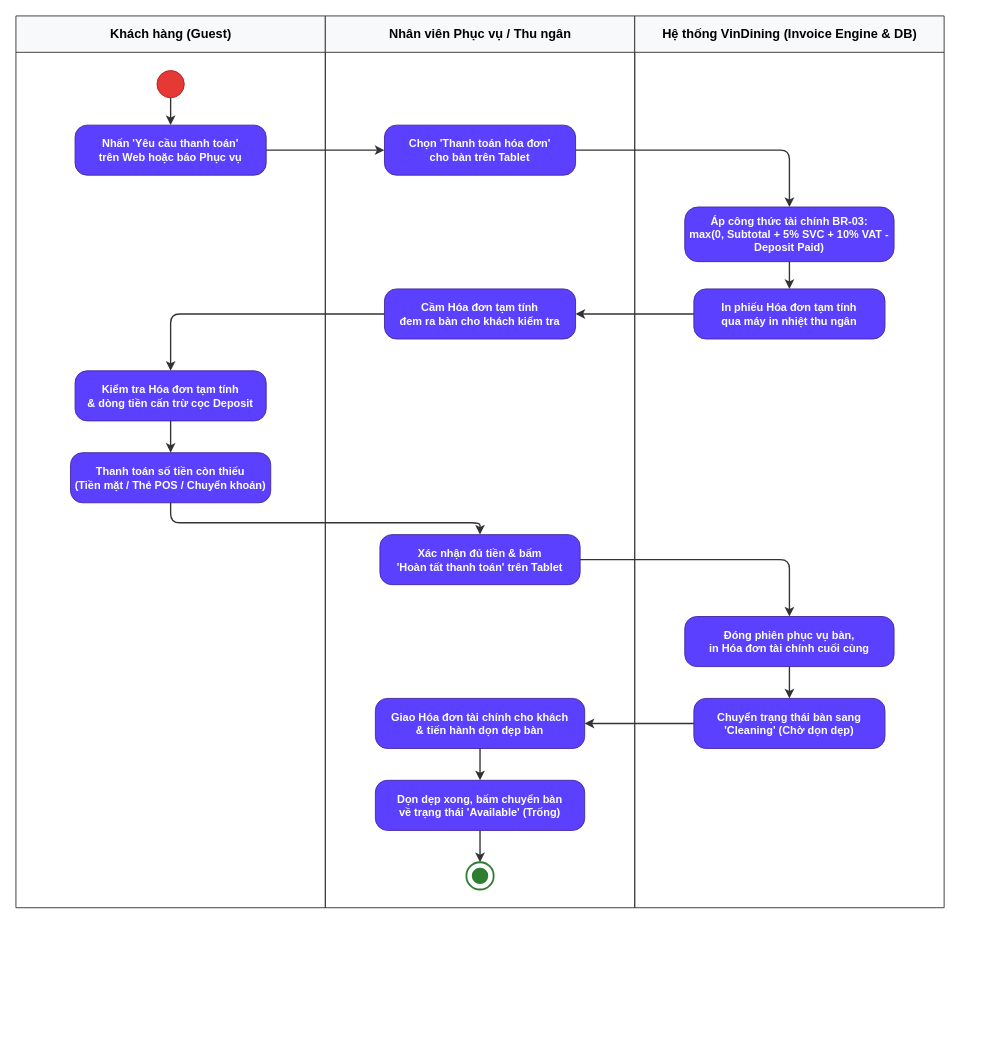
Before: docs/phase1/drawio/ad04_invoice_settlement.drawio in AndrewQng/VinDining, a draw.io diagram. Source tidied: cells renumbered, new cells numbered last; positions are measured from the earlier drawing's top-left corner, leaving out a move shared by most shapes. Both pictures are drawn from the tidied source at 91%, with x=0, y=0 at pixel (15, 15).
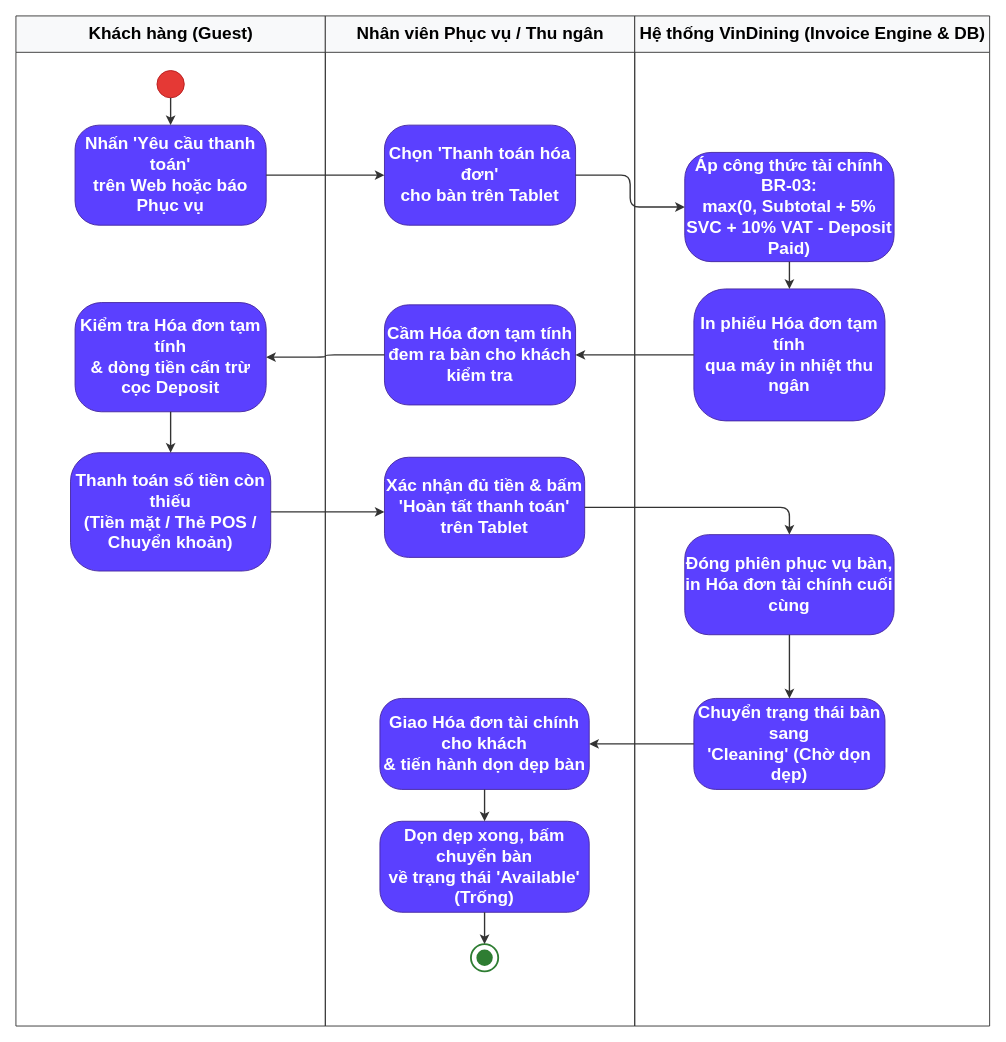
Above is the later version.

Change to the diagram source:
```diff
@@
-    <mxCell id="2" value="Khách hàng (Guest)" style="swimlane;html=1;startSize=40;horizontal=1;fontStyle=1;fontSize=14;align=center;verticalAlign=middle;fillColor=#f8f9fa;strokeColor=#333333;swimlaneLine=1;" parent="1" vertex="1">
-      <mxGeometry width="340" height="980" as="geometry" />
+    <mxCell id="2" value="Khách hàng (Guest)" style="swimlane;html=1;startSize=40;horizontal=1;fontStyle=1;fontSize=19;align=center;verticalAlign=middle;fillColor=#f8f9fa;strokeColor=#333333;swimlaneLine=1;" parent="1" vertex="1">
+      <mxGeometry width="340" height="1110" as="geometry" />
     </mxCell>
-    <mxCell id="3" value="Nhân viên Phục vụ / Thu ngân" style="swimlane;html=1;startSize=40;horizontal=1;fontStyle=1;fontSize=14;align=center;verticalAlign=middle;fillColor=#f8f9fa;strokeColor=#333333;swimlaneLine=1;" parent="1" vertex="1">
-      <mxGeometry x="340" width="340" height="980" as="geometry" />
-    </mxCell>
-    <mxCell id="4" value="Hệ thống VinDining (Invoice Engine &amp; DB)" style="swimlane;html=1;startSize=40;horizontal=1;fontStyle=1;fontSize=14;align=center;verticalAlign=middle;fillColor=#f8f9fa;strokeColor=#333333;swimlaneLine=1;" parent="1" vertex="1">
-      <mxGeometry x="680" width="340" height="980" as="geometry" />
-    </mxCell>
-    <mxCell id="5" style="ellipse;whiteSpace=wrap;html=1;fillColor=#e53935;strokeColor=#b71c1c;" parent="2" vertex="1">
+    <mxCell id="5" style="ellipse;whiteSpace=wrap;html=1;fillColor=#e53935;strokeColor=#b71c1c;fontSize=19;" parent="2" vertex="1">
       <mxGeometry x="155" y="60" width="30" height="30" as="geometry" />
     </mxCell>
-    <mxCell id="6" value="Nhấn 'Yêu cầu thanh toán'&#10;trên Web hoặc báo Phục vụ" style="rounded=1;arcSize=24;whiteSpace=wrap;html=1;fillColor=#5b40ff;strokeColor=#4527a0;fontColor=#ffffff;fontStyle=1;fontSize=12;align=center;verticalAlign=middle;" parent="2" vertex="1">
-      <mxGeometry x="65" y="120" width="210" height="55" as="geometry" />
+    <mxCell id="6" value="Nhấn 'Yêu cầu thanh toán'&#10;trên Web hoặc báo Phục vụ" style="rounded=1;arcSize=24;whiteSpace=wrap;html=1;fillColor=#5b40ff;strokeColor=#4527a0;fontColor=#ffffff;fontStyle=1;fontSize=19;align=center;verticalAlign=middle;" parent="2" vertex="1">
+      <mxGeometry x="65" y="120" width="210" height="110" as="geometry" />
     </mxCell>
-    <mxCell id="7" value="Kiểm tra Hóa đơn tạm tính&#10;&amp; dòng tiền cấn trừ cọc Deposit" style="rounded=1;arcSize=24;whiteSpace=wrap;html=1;fillColor=#5b40ff;strokeColor=#4527a0;fontColor=#ffffff;fontStyle=1;fontSize=12;align=center;verticalAlign=middle;" parent="2" vertex="1">
-      <mxGeometry x="65" y="390" width="210" height="55" as="geometry" />
+    <mxCell id="7" value="Kiểm tra Hóa đơn tạm tính&#10;&amp;amp; dòng tiền cấn trừ cọc Deposit" style="rounded=1;arcSize=24;whiteSpace=wrap;html=1;fillColor=#5b40ff;strokeColor=#4527a0;fontColor=#ffffff;fontStyle=1;fontSize=19;align=center;verticalAlign=middle;" parent="2" vertex="1">
+      <mxGeometry x="65" y="315" width="210" height="120" as="geometry" />
     </mxCell>
-    <mxCell id="8" value="Thanh toán số tiền còn thiếu&#10;(Tiền mặt / Thẻ POS / Chuyển khoản)" style="rounded=1;arcSize=24;whiteSpace=wrap;html=1;fillColor=#5b40ff;strokeColor=#4527a0;fontColor=#ffffff;fontStyle=1;fontSize=12;align=center;verticalAlign=middle;" parent="2" vertex="1">
-      <mxGeometry x="60" y="480" width="220" height="55" as="geometry" />
+    <mxCell id="8" value="Thanh toán số tiền còn thiếu&#10;(Tiền mặt / Thẻ POS / Chuyển khoản)" style="rounded=1;arcSize=24;whiteSpace=wrap;html=1;fillColor=#5b40ff;strokeColor=#4527a0;fontColor=#ffffff;fontStyle=1;fontSize=19;align=center;verticalAlign=middle;" parent="2" vertex="1">
+      <mxGeometry x="60" y="480" width="220" height="130" as="geometry" />
     </mxCell>
+    <mxCell id="3" value="Nhân viên Phục vụ / Thu ngân" style="swimlane;html=1;startSize=40;horizontal=1;fontStyle=1;fontSize=19;align=center;verticalAlign=middle;fillColor=#f8f9fa;strokeColor=#333333;swimlaneLine=1;" parent="1" vertex="1">
+      <mxGeometry x="340" width="340" height="1110" as="geometry" />
+    </mxCell>
-    <mxCell id="9" value="Chọn 'Thanh toán hóa đơn'&#10;cho bàn trên Tablet" style="rounded=1;arcSize=24;whiteSpace=wrap;html=1;fillColor=#5b40ff;strokeColor=#4527a0;fontColor=#ffffff;fontStyle=1;fontSize=12;align=center;verticalAlign=middle;" parent="3" vertex="1">
-      <mxGeometry x="65" y="120" width="210" height="55" as="geometry" />
+    <mxCell id="9" value="Chọn 'Thanh toán hóa đơn'&#10;cho bàn trên Tablet" style="rounded=1;arcSize=24;whiteSpace=wrap;html=1;fillColor=#5b40ff;strokeColor=#4527a0;fontColor=#ffffff;fontStyle=1;fontSize=19;align=center;verticalAlign=middle;" parent="3" vertex="1">
+      <mxGeometry x="65" y="120" width="210" height="110" as="geometry" />
     </mxCell>
-    <mxCell id="10" value="Cầm Hóa đơn tạm tính&#10;đem ra bàn cho khách kiểm tra" style="rounded=1;arcSize=24;whiteSpace=wrap;html=1;fillColor=#5b40ff;strokeColor=#4527a0;fontColor=#ffffff;fontStyle=1;fontSize=12;align=center;verticalAlign=middle;" parent="3" vertex="1">
-      <mxGeometry x="65" y="300" width="210" height="55" as="geometry" />
+    <mxCell id="10" value="Cầm Hóa đơn tạm tính&#10;đem ra bàn cho khách kiểm tra" style="rounded=1;arcSize=24;whiteSpace=wrap;html=1;fillColor=#5b40ff;strokeColor=#4527a0;fontColor=#ffffff;fontStyle=1;fontSize=19;align=center;verticalAlign=middle;" parent="3" vertex="1">
+      <mxGeometry x="65" y="317.5" width="210" height="110" as="geometry" />
     </mxCell>
-    <mxCell id="11" value="Xác nhận đủ tiền &amp; bấm&#10;'Hoàn tất thanh toán' trên Tablet" style="rounded=1;arcSize=24;whiteSpace=wrap;html=1;fillColor=#5b40ff;strokeColor=#4527a0;fontColor=#ffffff;fontStyle=1;fontSize=12;align=center;verticalAlign=middle;" parent="3" vertex="1">
-      <mxGeometry x="60" y="570" width="220" height="55" as="geometry" />
+    <mxCell id="11" value="Xác nhận đủ tiền &amp;amp; bấm&#10;'Hoàn tất thanh toán' trên Tablet" style="rounded=1;arcSize=24;whiteSpace=wrap;html=1;fillColor=#5b40ff;strokeColor=#4527a0;fontColor=#ffffff;fontStyle=1;fontSize=19;align=center;verticalAlign=middle;" parent="3" vertex="1">
+      <mxGeometry x="65" y="485" width="220" height="110" as="geometry" />
     </mxCell>
-    <mxCell id="12" value="Giao Hóa đơn tài chính cho khách&#10;&amp; tiến hành dọn dẹp bàn" style="rounded=1;arcSize=24;whiteSpace=wrap;html=1;fillColor=#5b40ff;strokeColor=#4527a0;fontColor=#ffffff;fontStyle=1;fontSize=12;align=center;verticalAlign=middle;" parent="3" vertex="1">
-      <mxGeometry x="55" y="750" width="230" height="55" as="geometry" />
+    <mxCell id="12" value="Giao Hóa đơn tài chính cho khách&#10;&amp;amp; tiến hành dọn dẹp bàn" style="rounded=1;arcSize=24;whiteSpace=wrap;html=1;fillColor=#5b40ff;strokeColor=#4527a0;fontColor=#ffffff;fontStyle=1;fontSize=19;align=center;verticalAlign=middle;" parent="3" vertex="1">
+      <mxGeometry x="60" y="750" width="230" height="100" as="geometry" />
     </mxCell>
-    <mxCell id="13" value="Dọn dẹp xong, bấm chuyển bàn&#10;về trạng thái 'Available' (Trống)" style="rounded=1;arcSize=24;whiteSpace=wrap;html=1;fillColor=#5b40ff;strokeColor=#4527a0;fontColor=#ffffff;fontStyle=1;fontSize=12;align=center;verticalAlign=middle;" parent="3" vertex="1">
-      <mxGeometry x="55" y="840" width="230" height="55" as="geometry" />
+    <mxCell id="13" value="Dọn dẹp xong, bấm chuyển bàn&#10;về trạng thái 'Available' (Trống)" style="rounded=1;arcSize=24;whiteSpace=wrap;html=1;fillColor=#5b40ff;strokeColor=#4527a0;fontColor=#ffffff;fontStyle=1;fontSize=19;align=center;verticalAlign=middle;" parent="3" vertex="1">
+      <mxGeometry x="60" y="885" width="230" height="100" as="geometry" />
     </mxCell>
-    <mxCell id="14" style="ellipse;whiteSpace=wrap;html=1;fillColor=#ffffff;strokeColor=#2e7d32;strokeWidth=2;" parent="3" vertex="1">
-      <mxGeometry x="155" y="930" width="30" height="30" as="geometry" />
+    <mxCell id="14" style="ellipse;whiteSpace=wrap;html=1;fillColor=#ffffff;strokeColor=#2e7d32;strokeWidth=2;fontSize=19;" parent="3" vertex="1">
+      <mxGeometry x="160" y="1020" width="30" height="30" as="geometry" />
     </mxCell>
-    <mxCell id="15" style="ellipse;whiteSpace=wrap;html=1;fillColor=#2e7d32;strokeColor=none;" parent="3" vertex="1">
-      <mxGeometry x="161" y="936" width="18" height="18" as="geometry" />
+    <mxCell id="15" style="ellipse;whiteSpace=wrap;html=1;fillColor=#2e7d32;strokeColor=none;fontSize=19;" parent="3" vertex="1">
+      <mxGeometry x="166" y="1026" width="18" height="18" as="geometry" />
     </mxCell>
+    <mxCell id="31" style="edgeStyle=orthogonalEdgeStyle;rounded=1;jettySize=auto;html=1;strokeColor=#333333;strokeWidth=1.5;fontSize=19;fontColor=#333333;" parent="3" edge="1" source="12" target="13">
+      <mxGeometry relative="1" as="geometry" />
+    </mxCell>
+    <mxCell id="32" style="edgeStyle=orthogonalEdgeStyle;rounded=1;jettySize=auto;html=1;strokeColor=#333333;strokeWidth=1.5;fontSize=19;fontColor=#333333;" parent="3" edge="1" source="13" target="14">
+      <mxGeometry relative="1" as="geometry" />
+    </mxCell>
+    <mxCell id="4" value="Hệ thống VinDining (Invoice Engine &amp;amp; DB)" style="swimlane;html=1;startSize=40;horizontal=1;fontStyle=1;fontSize=19;align=center;verticalAlign=middle;fillColor=#f8f9fa;strokeColor=#333333;swimlaneLine=1;" parent="1" vertex="1">
+      <mxGeometry x="680" width="390" height="1110" as="geometry" />
+    </mxCell>
-    <mxCell id="16" value="Áp công thức tài chính BR-03:&#10;max(0, Subtotal + 5% SVC + 10% VAT - Deposit Paid)" style="rounded=1;arcSize=24;whiteSpace=wrap;html=1;fillColor=#5b40ff;strokeColor=#4527a0;fontColor=#ffffff;fontStyle=1;fontSize=12;align=center;verticalAlign=middle;" parent="4" vertex="1">
-      <mxGeometry x="55" y="210" width="230" height="60" as="geometry" />
+    <mxCell id="16" value="Áp công thức tài chính BR-03:&#10;max(0, Subtotal + 5% SVC + 10% VAT - Deposit Paid)" style="rounded=1;arcSize=24;whiteSpace=wrap;html=1;fillColor=#5b40ff;strokeColor=#4527a0;fontColor=#ffffff;fontStyle=1;fontSize=19;align=center;verticalAlign=middle;" parent="4" vertex="1">
+      <mxGeometry x="55" y="150" width="230" height="120" as="geometry" />
     </mxCell>
-    <mxCell id="17" value="In phiếu Hóa đơn tạm tính&#10;qua máy in nhiệt thu ngân" style="rounded=1;arcSize=24;whiteSpace=wrap;html=1;fillColor=#5b40ff;strokeColor=#4527a0;fontColor=#ffffff;fontStyle=1;fontSize=12;align=center;verticalAlign=middle;" parent="4" vertex="1">
-      <mxGeometry x="65" y="300" width="210" height="55" as="geometry" />
+    <mxCell id="17" value="In phiếu Hóa đơn tạm tính&#10;qua máy in nhiệt thu ngân" style="rounded=1;arcSize=24;whiteSpace=wrap;html=1;fillColor=#5b40ff;strokeColor=#4527a0;fontColor=#ffffff;fontStyle=1;fontSize=19;align=center;verticalAlign=middle;" parent="4" vertex="1">
+      <mxGeometry x="65" y="300" width="210" height="145" as="geometry" />
     </mxCell>
-    <mxCell id="18" value="Đóng phiên phục vụ bàn,&#10;in Hóa đơn tài chính cuối cùng" style="rounded=1;arcSize=24;whiteSpace=wrap;html=1;fillColor=#5b40ff;strokeColor=#4527a0;fontColor=#ffffff;fontStyle=1;fontSize=12;align=center;verticalAlign=middle;" parent="4" vertex="1">
-      <mxGeometry x="55" y="660" width="230" height="55" as="geometry" />
+    <mxCell id="18" value="Đóng phiên phục vụ bàn,&#10;in Hóa đơn tài chính cuối cùng" style="rounded=1;arcSize=24;whiteSpace=wrap;html=1;fillColor=#5b40ff;strokeColor=#4527a0;fontColor=#ffffff;fontStyle=1;fontSize=19;align=center;verticalAlign=middle;" parent="4" vertex="1">
+      <mxGeometry x="55" y="570" width="230" height="110" as="geometry" />
     </mxCell>
-    <mxCell id="19" value="Chuyển trạng thái bàn sang&#10;'Cleaning' (Chờ dọn dẹp)" style="rounded=1;arcSize=24;whiteSpace=wrap;html=1;fillColor=#5b40ff;strokeColor=#4527a0;fontColor=#ffffff;fontStyle=1;fontSize=12;align=center;verticalAlign=middle;" parent="4" vertex="1">
-      <mxGeometry x="65" y="750" width="210" height="55" as="geometry" />
+    <mxCell id="19" value="Chuyển trạng thái bàn sang&#10;'Cleaning' (Chờ dọn dẹp)" style="rounded=1;arcSize=24;whiteSpace=wrap;html=1;fillColor=#5b40ff;strokeColor=#4527a0;fontColor=#ffffff;fontStyle=1;fontSize=19;align=center;verticalAlign=middle;" parent="4" vertex="1">
+      <mxGeometry x="65" y="750" width="210" height="100" as="geometry" />
     </mxCell>
-    <mxCell id="20" style="edgeStyle=orthogonalEdgeStyle;rounded=1;jettySize=auto;html=1;strokeColor=#333333;strokeWidth=1.5;fontSize=11;fontColor=#333333;" parent="1" edge="1" source="5" target="6">
+    <mxCell id="20" style="edgeStyle=orthogonalEdgeStyle;rounded=1;jettySize=auto;html=1;strokeColor=#333333;strokeWidth=1.5;fontSize=19;fontColor=#333333;" parent="1" edge="1" source="5" target="6">
       <mxGeometry relative="1" as="geometry" />
     </mxCell>
-    <mxCell id="21" style="edgeStyle=orthogonalEdgeStyle;rounded=1;jettySize=auto;html=1;strokeColor=#333333;strokeWidth=1.5;fontSize=11;fontColor=#333333;" parent="1" edge="1" source="6" target="9">
+    <mxCell id="21" style="edgeStyle=orthogonalEdgeStyle;rounded=1;jettySize=auto;html=1;strokeColor=#333333;strokeWidth=1.5;fontSize=19;fontColor=#333333;" parent="1" edge="1" source="6" target="9">
       <mxGeometry relative="1" as="geometry" />
     </mxCell>
-    <mxCell id="22" style="edgeStyle=orthogonalEdgeStyle;rounded=1;jettySize=auto;html=1;strokeColor=#333333;strokeWidth=1.5;fontSize=11;fontColor=#333333;" parent="1" edge="1" source="9" target="16">
+    <mxCell id="22" style="edgeStyle=orthogonalEdgeStyle;rounded=1;jettySize=auto;html=1;strokeColor=#333333;strokeWidth=1.5;fontSize=19;fontColor=#333333;" parent="1" edge="1" source="9" target="16">
       <mxGeometry relative="1" as="geometry" />
     </mxCell>
-    <mxCell id="23" style="edgeStyle=orthogonalEdgeStyle;rounded=1;jettySize=auto;html=1;strokeColor=#333333;strokeWidth=1.5;fontSize=11;fontColor=#333333;" parent="1" edge="1" source="16" target="17">
+    <mxCell id="23" style="edgeStyle=orthogonalEdgeStyle;rounded=1;jettySize=auto;html=1;strokeColor=#333333;strokeWidth=1.5;fontSize=19;fontColor=#333333;" parent="1" edge="1" source="16" target="17">
       <mxGeometry relative="1" as="geometry" />
     </mxCell>
-    <mxCell id="24" style="edgeStyle=orthogonalEdgeStyle;rounded=1;jettySize=auto;html=1;strokeColor=#333333;strokeWidth=1.5;fontSize=11;fontColor=#333333;" parent="1" edge="1" source="17" target="10">
+    <mxCell id="24" style="edgeStyle=orthogonalEdgeStyle;rounded=1;jettySize=auto;html=1;strokeColor=#333333;strokeWidth=1.5;fontSize=19;fontColor=#333333;" parent="1" edge="1" source="17" target="10">
       <mxGeometry relative="1" as="geometry" />
     </mxCell>
-    <mxCell id="25" style="edgeStyle=orthogonalEdgeStyle;rounded=1;jettySize=auto;html=1;strokeColor=#333333;strokeWidth=1.5;fontSize=11;fontColor=#333333;" parent="1" edge="1" source="10" target="7">
+    <mxCell id="25" style="edgeStyle=orthogonalEdgeStyle;rounded=1;jettySize=auto;html=1;strokeColor=#333333;strokeWidth=1.5;fontSize=19;fontColor=#333333;" parent="1" edge="1" source="10" target="7">
       <mxGeometry relative="1" as="geometry" />
     </mxCell>
-    <mxCell id="26" style="edgeStyle=orthogonalEdgeStyle;rounded=1;jettySize=auto;html=1;strokeColor=#333333;strokeWidth=1.5;fontSize=11;fontColor=#333333;" parent="1" edge="1" source="7" target="8">
+    <mxCell id="26" style="edgeStyle=orthogonalEdgeStyle;rounded=1;jettySize=auto;html=1;strokeColor=#333333;strokeWidth=1.5;fontSize=19;fontColor=#333333;" parent="1" edge="1" source="7" target="8">
       <mxGeometry relative="1" as="geometry" />
     </mxCell>
-    <mxCell id="27" style="edgeStyle=orthogonalEdgeStyle;rounded=1;jettySize=auto;html=1;strokeColor=#333333;strokeWidth=1.5;fontSize=11;fontColor=#333333;" parent="1" edge="1" source="8" target="11">
+    <mxCell id="27" style="edgeStyle=orthogonalEdgeStyle;rounded=1;jettySize=auto;html=1;strokeColor=#333333;strokeWidth=1.5;fontSize=19;fontColor=#333333;" parent="1" edge="1" source="8" target="11">
       <mxGeometry relative="1" as="geometry">
         <Array as="points">
           <mxPoint x="170" y="557" />
         </Array>
       </mxGeometry>
     </mxCell>
-    <mxCell id="28" style="edgeStyle=orthogonalEdgeStyle;rounded=1;jettySize=auto;html=1;strokeColor=#333333;strokeWidth=1.5;fontSize=11;fontColor=#333333;" parent="1" edge="1" source="11" target="18">
+    <mxCell id="28" style="edgeStyle=orthogonalEdgeStyle;rounded=1;jettySize=auto;html=1;strokeColor=#333333;strokeWidth=1.5;fontSize=19;fontColor=#333333;entryX=0.5;entryY=0;entryDx=0;entryDy=0;" parent="1" edge="1" source="11" target="18">
       <mxGeometry relative="1" as="geometry" />
     </mxCell>
-    <mxCell id="29" style="edgeStyle=orthogonalEdgeStyle;rounded=1;jettySize=auto;html=1;strokeColor=#333333;strokeWidth=1.5;fontSize=11;fontColor=#333333;" parent="1" edge="1" source="18" target="19">
+    <mxCell id="29" style="edgeStyle=orthogonalEdgeStyle;rounded=1;jettySize=auto;html=1;strokeColor=#333333;strokeWidth=1.5;fontSize=19;fontColor=#333333;" parent="1" edge="1" source="18" target="19">
       <mxGeometry relative="1" as="geometry" />
     </mxCell>
-    <mxCell id="30" style="edgeStyle=orthogonalEdgeStyle;rounded=1;jettySize=auto;html=1;strokeColor=#333333;strokeWidth=1.5;fontSize=11;fontColor=#333333;" parent="1" edge="1" source="19" target="12">
+    <mxCell id="30" style="edgeStyle=orthogonalEdgeStyle;rounded=1;jettySize=auto;html=1;strokeColor=#333333;strokeWidth=1.5;fontSize=19;fontColor=#333333;" parent="1" edge="1" source="19" target="12">
       <mxGeometry relative="1" as="geometry" />
     </mxCell>
-    <mxCell id="31" style="edgeStyle=orthogonalEdgeStyle;rounded=1;jettySize=auto;html=1;strokeColor=#333333;strokeWidth=1.5;fontSize=11;fontColor=#333333;" parent="1" edge="1" source="12" target="13">
-      <mxGeometry relative="1" as="geometry" />
-    </mxCell>
-    <mxCell id="32" style="edgeStyle=orthogonalEdgeStyle;rounded=1;jettySize=auto;html=1;strokeColor=#333333;strokeWidth=1.5;fontSize=11;fontColor=#333333;" parent="1" edge="1" source="13" target="14">
-      <mxGeometry relative="1" as="geometry" />
-    </mxCell>
```
